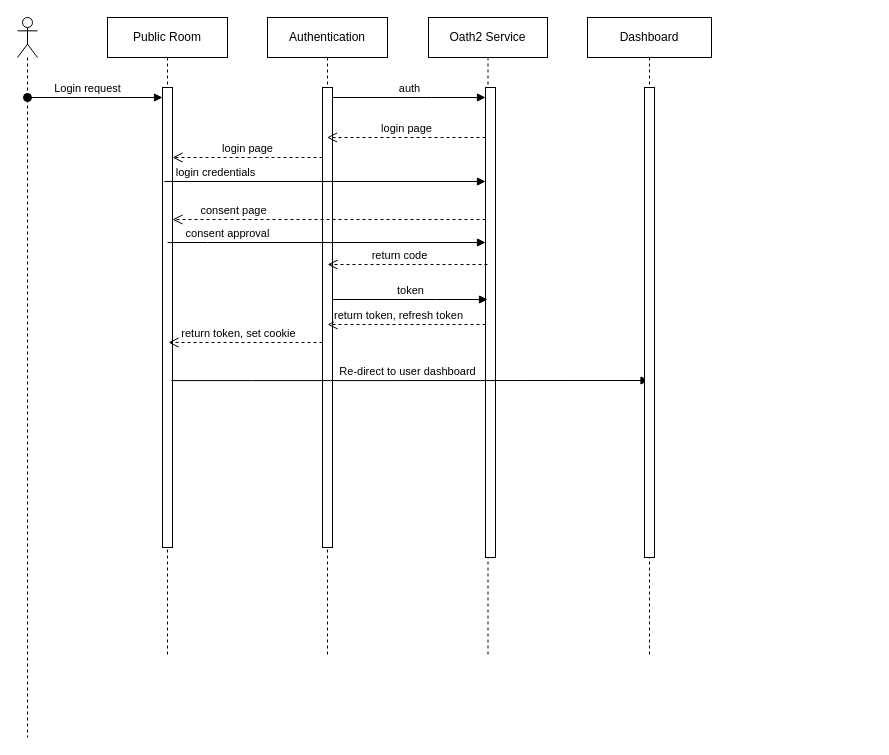
Earlier version of the draw.io diagram docs/assets/Sequence Diagram.drawio (akshayvijaynair/music-academy-docs). Source tidied: cells renumbered, new cells numbered last; positions are measured from the earlier drawing's top-left corner, leaving out a move shared by most shapes. Both pictures are drawn from the tidied source at 100%, with x=0, y=0 at pixel (17, 17).
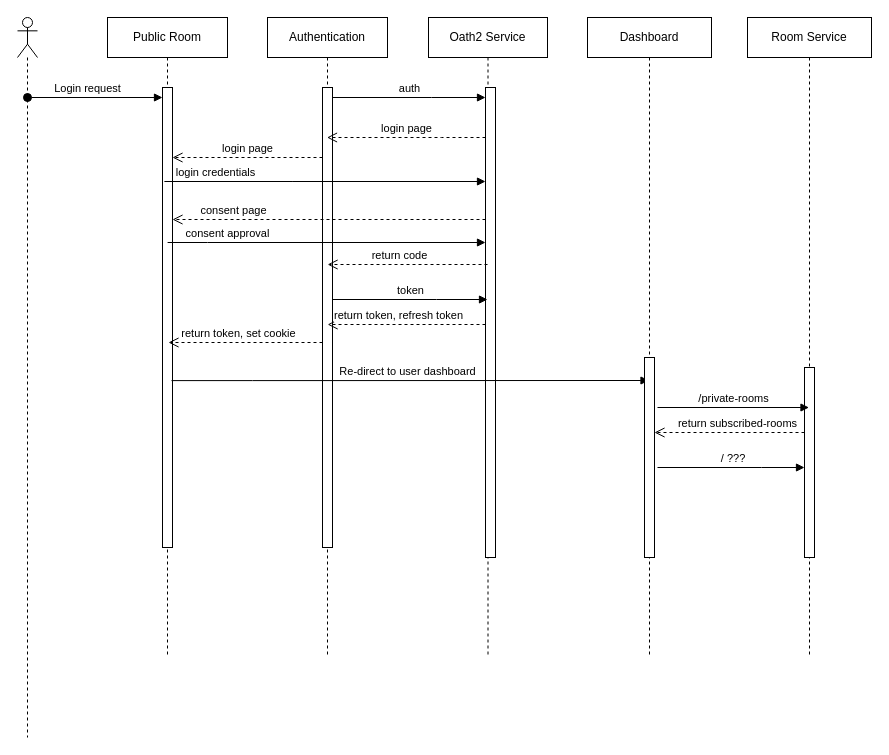
The same page after the edit.

Unchanged cells that the change refers to:
```xml
<mxCell id="21" value="Dashboard" style="shape=umlLifeline;perimeter=lifelinePerimeter;whiteSpace=wrap;html=1;newEdgeStyle={&quot;edgeStyle&quot;:&quot;elbowEdgeStyle&quot;,&quot;elbow&quot;:&quot;vertical&quot;,&quot;curved&quot;:0,&quot;rounded&quot;:0};" parent="1" vertex="1">
  <mxGeometry x="570" width="124" height="640" as="geometry" />
</mxCell>
```

The edit, as a diff of the source:
```diff
@@
     <mxCell id="22" style="html=1;perimeter=orthogonalPerimeter;targetShapes=umlLifeline;newEdgeStyle={&quot;edgeStyle&quot;:&quot;elbowEdgeStyle&quot;,&quot;elbow&quot;:&quot;vertical&quot;,&quot;curved&quot;:0,&quot;rounded&quot;:0};" parent="21" vertex="1">
-      <mxGeometry x="57" y="70" width="10" height="470" as="geometry" />
+      <mxGeometry x="57" y="340" width="10" height="200" as="geometry" />
     </mxCell>
+    <mxCell id="23" value="Room Service" style="shape=umlLifeline;perimeter=lifelinePerimeter;whiteSpace=wrap;html=1;outlineConnect=0;portConstraint=eastwest;newEdgeStyle={&quot;edgeStyle&quot;:&quot;elbowEdgeStyle&quot;,&quot;elbow&quot;:&quot;vertical&quot;,&quot;curved&quot;:0,&quot;rounded&quot;:0};" parent="1" vertex="1">
+      <mxGeometry x="730" width="124" height="640" as="geometry" />
+    </mxCell>
+    <mxCell id="24" style="html=1;perimeter=orthogonalPerimeter;targetShapes=umlLifeline;newEdgeStyle={&quot;edgeStyle&quot;:&quot;elbowEdgeStyle&quot;,&quot;elbow&quot;:&quot;vertical&quot;,&quot;curved&quot;:0,&quot;rounded&quot;:0};" parent="23" vertex="1">
+      <mxGeometry x="57" y="350" width="10" height="190" as="geometry" />
+    </mxCell>
+    <mxCell id="25" value="/private-rooms" style="html=1;verticalAlign=bottom;endArrow=block;edgeStyle=elbowEdgeStyle;elbow=horizontal;curved=0;rounded=0;" parent="1" edge="1" target="23">
+      <mxGeometry relative="1" as="geometry">
+        <mxPoint x="640" y="390" as="sourcePoint" />
+        <Array as="points">
+          <mxPoint x="744" y="420" />
+        </Array>
+      </mxGeometry>
+    </mxCell>
+    <mxCell id="26" value="return subscribed-rooms" style="html=1;verticalAlign=bottom;endArrow=open;dashed=1;endSize=8;edgeStyle=elbowEdgeStyle;elbow=horizontal;curved=0;rounded=0;" parent="1" edge="1">
+      <mxGeometry x="-0.11" relative="1" as="geometry">
+        <mxPoint x="787" y="415" as="sourcePoint" />
+        <mxPoint x="637" y="415" as="targetPoint" />
+        <Array as="points">
+          <mxPoint x="765.4" y="415" />
+        </Array>
+      </mxGeometry>
+    </mxCell>
+    <mxCell id="27" value="&amp;nbsp;/ ???" style="html=1;verticalAlign=bottom;endArrow=block;edgeStyle=elbowEdgeStyle;elbow=horizontal;curved=0;rounded=0;entryX=0.006;entryY=0.68;entryDx=0;entryDy=0;entryPerimeter=0;" parent="1" edge="1">
+      <mxGeometry relative="1" as="geometry">
+        <mxPoint x="640" y="450" as="sourcePoint" />
+        <mxPoint x="787" y="450" as="targetPoint" />
+        <Array as="points">
+          <mxPoint x="744" y="480" />
+        </Array>
+      </mxGeometry>
+    </mxCell>
```
